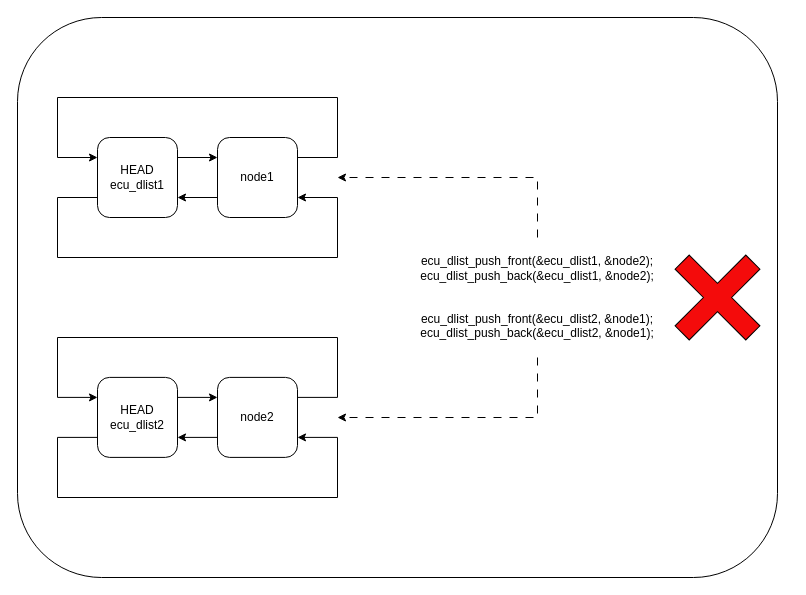
Before: page "dlist_illegal_insert" (7 of 11) of doc/images/dlist/dlist.drawio in ress059/ecu, a draw.io diagram. Source tidied: cells renumbered, new cells numbered last; positions are measured from the earlier drawing's top-left corner, leaving out a move shared by most shapes. Both pictures are drawn from the tidied source at 100%, with x=0, y=0 at pixel (17, 17).
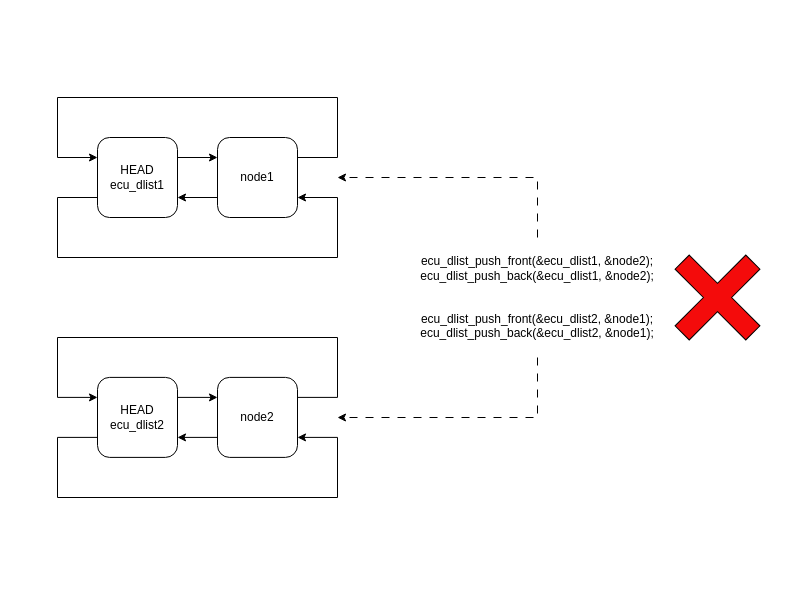
The same page after the edit.

The edit, as a diff of the source:
```diff
@@
-    <mxCell id="2" style="rounded=1;whiteSpace=wrap;html=1;" parent="1" vertex="1">
-      <mxGeometry width="760" height="560" as="geometry" />
-    </mxCell>
```
